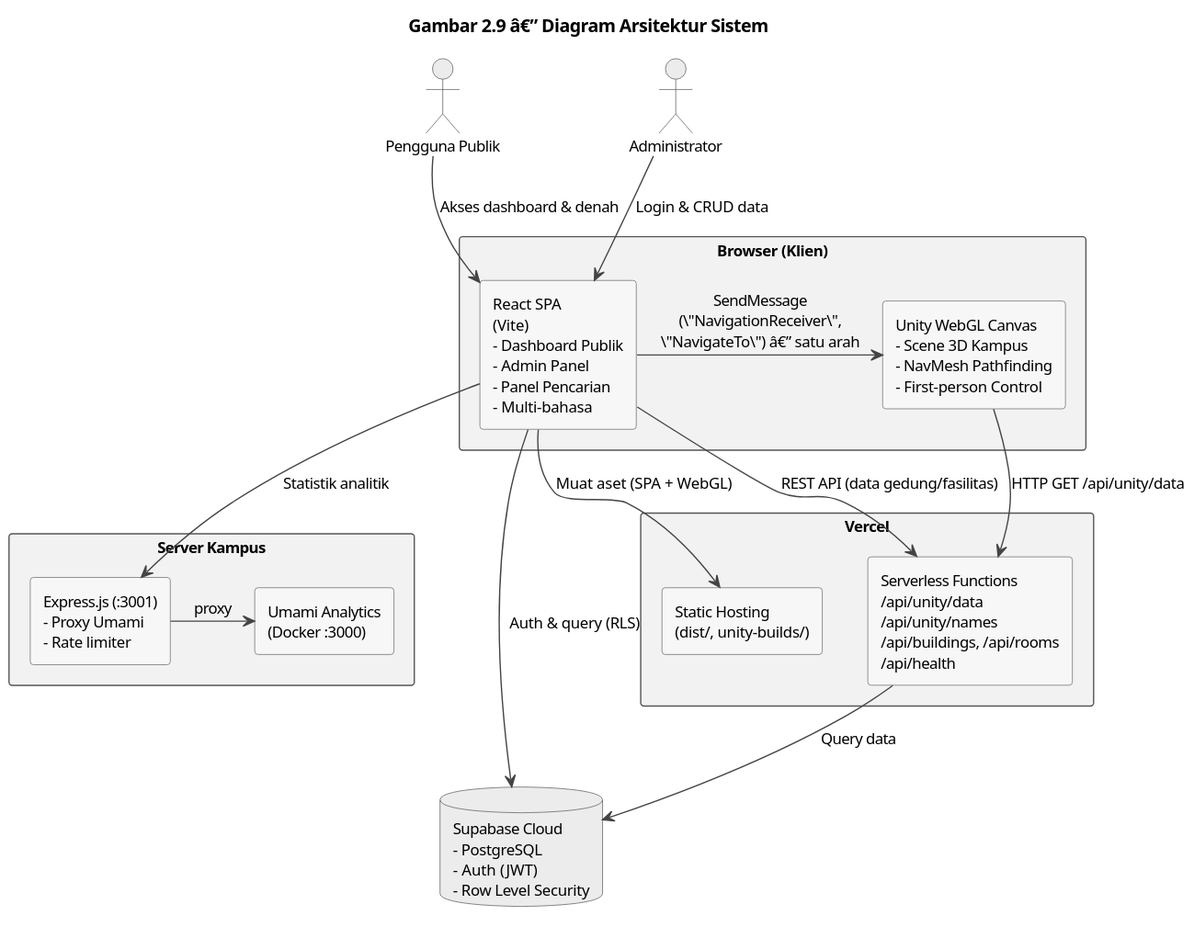
Before: diagrams/gambar-2-09-arsitektur-sistem.svg, a diagram exported from PlantUML (Jokskuyy/workflow-ta-proyek). Its diagram source:
```plantuml
@startuml

skinparam backgroundColor #FFFFFF
skinparam shadowing false
skinparam defaultFontName "Segoe UI"
skinparam defaultFontSize 12
skinparam ArrowColor #444444
skinparam componentStyle rectangle
skinparam rectangle {
  BackgroundColor #F2F2F2
  BorderColor #555555
}
skinparam component {
  BackgroundColor #F7F7F7
  BorderColor #666666
}
skinparam database {
  BackgroundColor #ECECEC
  BorderColor #555555
}
skinparam actor {
  BackgroundColor #ECECEC
  BorderColor #555555
}

title Gambar 2.9 â€” Diagram Arsitektur Sistem

actor "Pengguna Publik" as User
actor "Administrator" as Admin

rectangle "Browser (Klien)" as Browser {
  component "React SPA\n(Vite)\n- Dashboard Publik\n- Admin Panel\n- Panel Pencarian\n- Multi-bahasa" as React
  component "Unity WebGL Canvas\n- Scene 3D Kampus\n- NavMesh Pathfinding\n- First-person Control" as UnityCanvas
  React -right-> UnityCanvas : SendMessage\n(\"NavigationReceiver\",\n\"NavigateTo\") â€” satu arah
}

rectangle "Vercel" as Vercel {
  component "Static Hosting\n(dist/, unity-builds/)" as Static
  component "Serverless Functions\n/api/unity/data\n/api/unity/names\n/api/buildings, /api/rooms\n/api/health" as Serverless
}

rectangle "Server Kampus" as Kampus {
  component "Express.js (:3001)\n- Proxy Umami\n- Rate limiter" as Express
  component "Umami Analytics\n(Docker :3000)" as Umami
  Express -right-> Umami : proxy
}

database "Supabase Cloud\n- PostgreSQL\n- Auth (JWT)\n- Row Level Security" as Supabase

User --> React : Akses dashboard & denah
Admin --> React : Login & CRUD data

React --> Static : Muat aset (SPA + WebGL)
React --> Serverless : REST API (data gedung/fasilitas)
React --> Supabase : Auth & query (RLS)
React --> Express : Statistik analitik

UnityCanvas --> Serverless : HTTP GET /api/unity/data

Serverless --> Supabase : Query data
@enduml
```
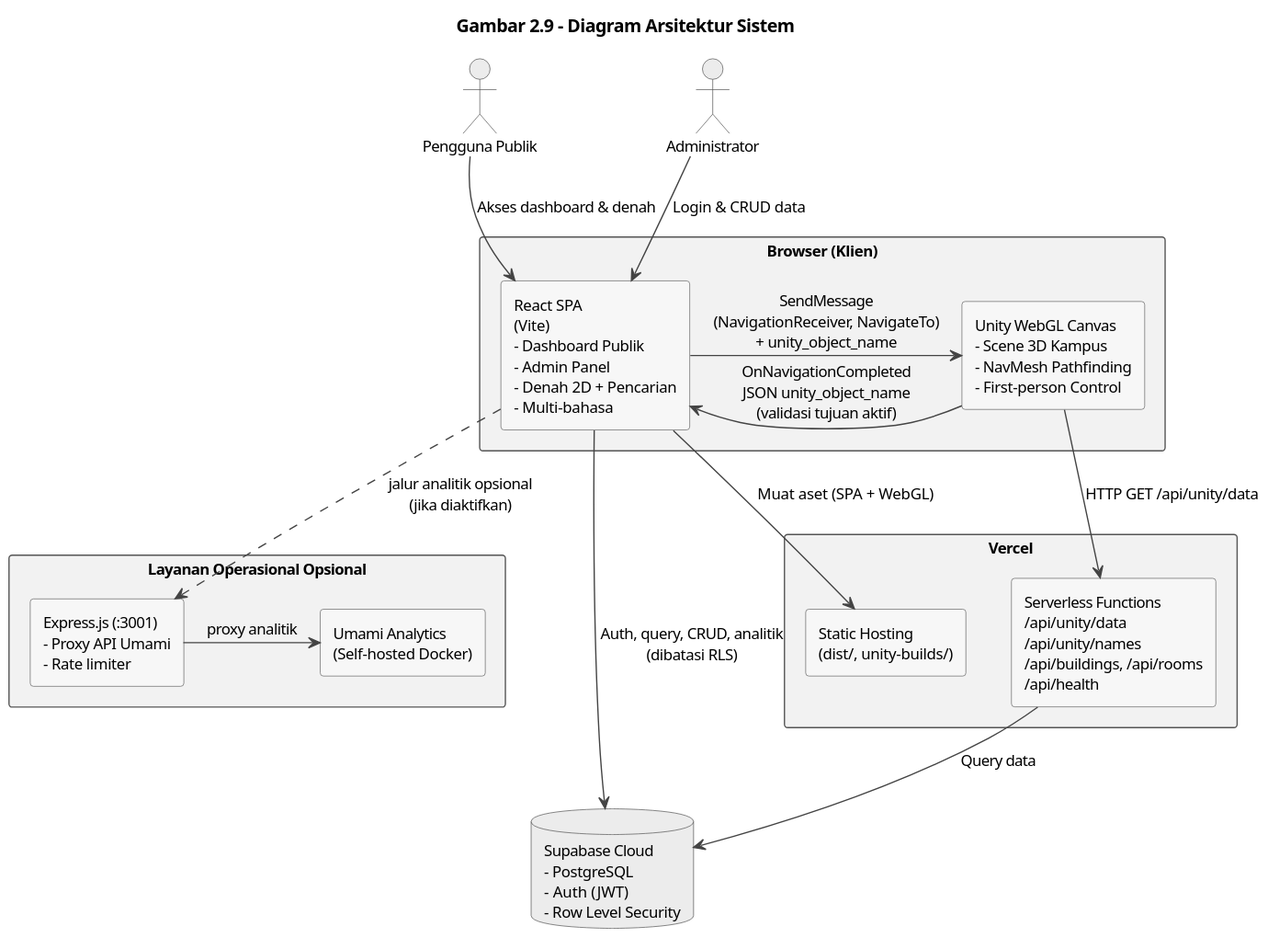
The same file after the commit.

The edit, as a diff of the source:
```diff
@@ -23,15 +23,16 @@
   BorderColor #555555
 }
 
-title Gambar 2.9 â€” Diagram Arsitektur Sistem
+title Gambar 2.9 - Diagram Arsitektur Sistem
 
 actor "Pengguna Publik" as User
 actor "Administrator" as Admin
 
 rectangle "Browser (Klien)" as Browser {
-  component "React SPA\n(Vite)\n- Dashboard Publik\n- Admin Panel\n- Panel Pencarian\n- Multi-bahasa" as React
+  component "React SPA\n(Vite)\n- Dashboard Publik\n- Admin Panel\n- Denah 2D + Pencarian\n- Multi-bahasa" as React
   component "Unity WebGL Canvas\n- Scene 3D Kampus\n- NavMesh Pathfinding\n- First-person Control" as UnityCanvas
-  React -right-> UnityCanvas : SendMessage\n(\"NavigationReceiver\",\n\"NavigateTo\") â€” satu arah
+  React -right-> UnityCanvas : SendMessage\n(NavigationReceiver, NavigateTo)\n+ unity_object_name
+  UnityCanvas -left-> React : OnNavigationCompleted\nJSON unity_object_name\n(validasi tujuan aktif)
 }
 
 rectangle "Vercel" as Vercel {
@@ -39,10 +40,10 @@
   component "Serverless Functions\n/api/unity/data\n/api/unity/names\n/api/buildings, /api/rooms\n/api/health" as Serverless
 }
 
-rectangle "Server Kampus" as Kampus {
-  component "Express.js (:3001)\n- Proxy Umami\n- Rate limiter" as Express
-  component "Umami Analytics\n(Docker :3000)" as Umami
-  Express -right-> Umami : proxy
+rectangle "Layanan Operasional Opsional" as OptionalServices {
+  component "Express.js (:3001)\n- Proxy API Umami\n- Rate limiter" as Express
+  component "Umami Analytics\n(Self-hosted Docker)" as Umami
+  Express -right-> Umami : proxy analitik
 }
 
 database "Supabase Cloud\n- PostgreSQL\n- Auth (JWT)\n- Row Level Security" as Supabase
@@ -51,11 +52,11 @@
 Admin --> React : Login & CRUD data
 
 React --> Static : Muat aset (SPA + WebGL)
-React --> Serverless : REST API (data gedung/fasilitas)
-React --> Supabase : Auth & query (RLS)
-React --> Express : Statistik analitik
+React --> Supabase : Auth, query, CRUD, analitik\n(dibatasi RLS)
 
 UnityCanvas --> Serverless : HTTP GET /api/unity/data
 
 Serverless --> Supabase : Query data
+
+React ..> Express : jalur analitik opsional\n(jika diaktifkan)
 @enduml
```
